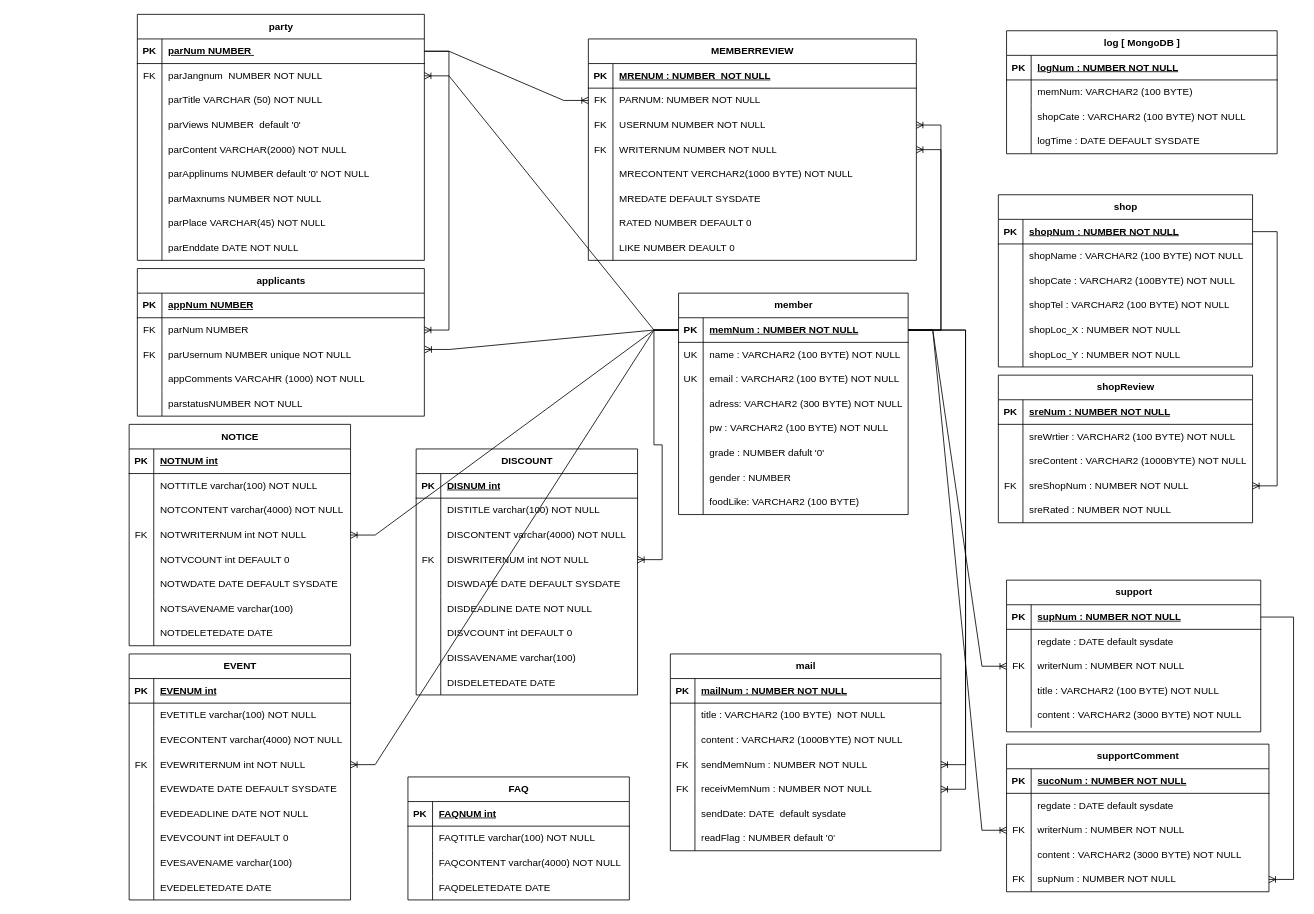
The draw.io diagram 자료/ERD 다이어그램.drawio in korno1/hotplace, before the edit. Source tidied: cells renumbered, new cells numbered last; positions are measured from the earlier drawing's top-left corner, leaving out a move shared by most shapes. Both pictures are drawn from the tidied source at 82%, with x=0, y=0 at pixel (14, -6).
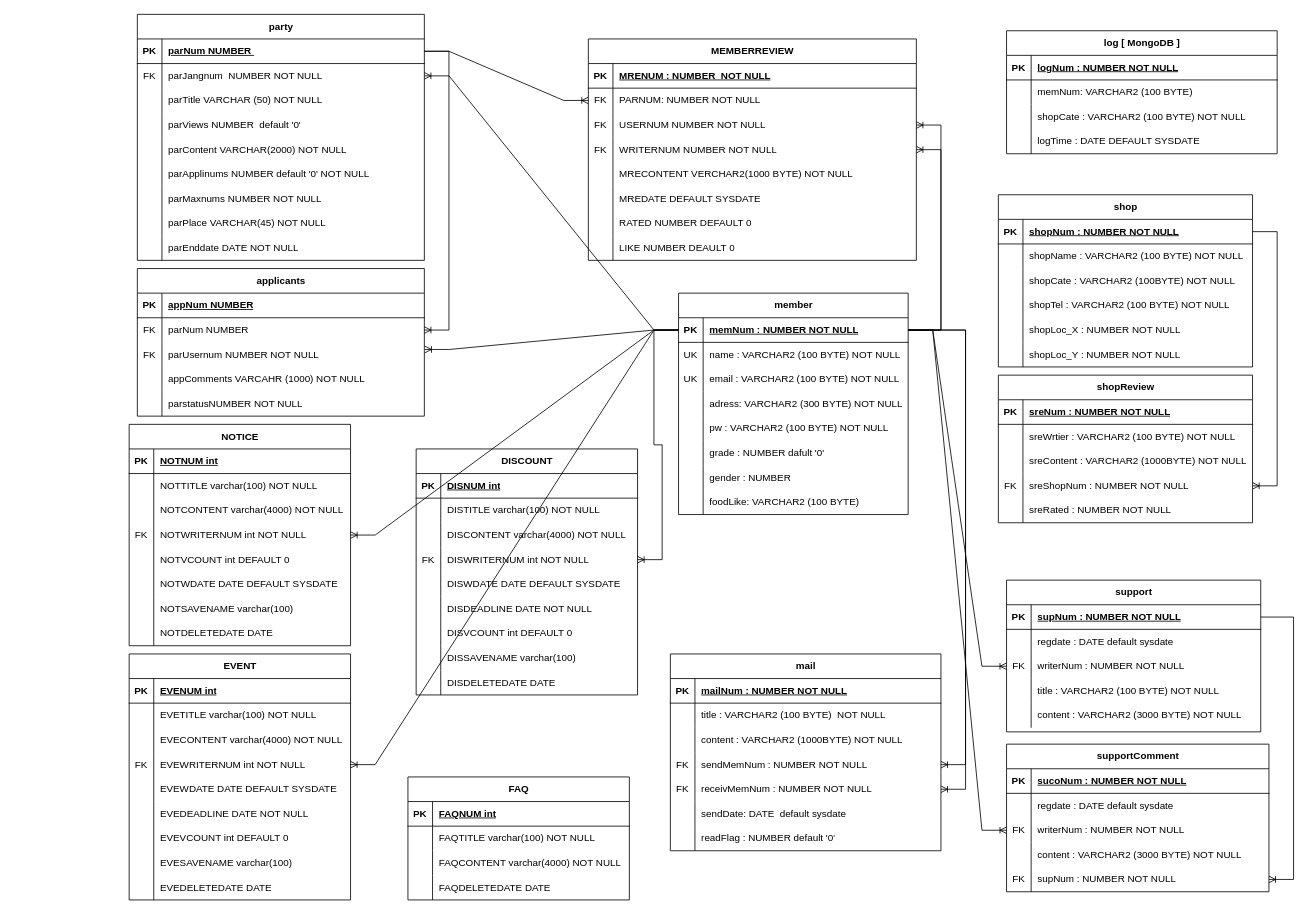
The same page after the edit.

Commit message:
문연주ERD 다이어그램.drawio 업데이트

Unchanged cells that the change refers to:
```xml
<mxCell id="281" style="shape=tableRow;horizontal=0;startSize=0;swimlaneHead=0;swimlaneBody=0;fillColor=none;points=[[0,0.5],[1,0.5]];portConstraint=eastwest;top=0;left=0;right=0;bottom=0;" parent="274" vertex="1">
  <mxGeometry y="90" width="350" height="30" as="geometry" />
</mxCell>
```

Change to the diagram source:
```diff
@@
-    <mxCell id="283" value="parUsernum NUMBER unique NOT NULL" style="shape=partialRectangle;fillColor=none;top=0;left=0;bottom=0;right=0;align=left;spacingLeft=6;overflow=hidden;whiteSpace=wrap;html=1;" parent="281" vertex="1">
+    <mxCell id="283" value="parUsernum NUMBER NOT NULL" style="shape=partialRectangle;fillColor=none;top=0;left=0;bottom=0;right=0;align=left;spacingLeft=6;overflow=hidden;whiteSpace=wrap;html=1;" parent="281" vertex="1">
       <mxGeometry x="30" width="320" height="30" as="geometry" />
     </mxCell>
```
